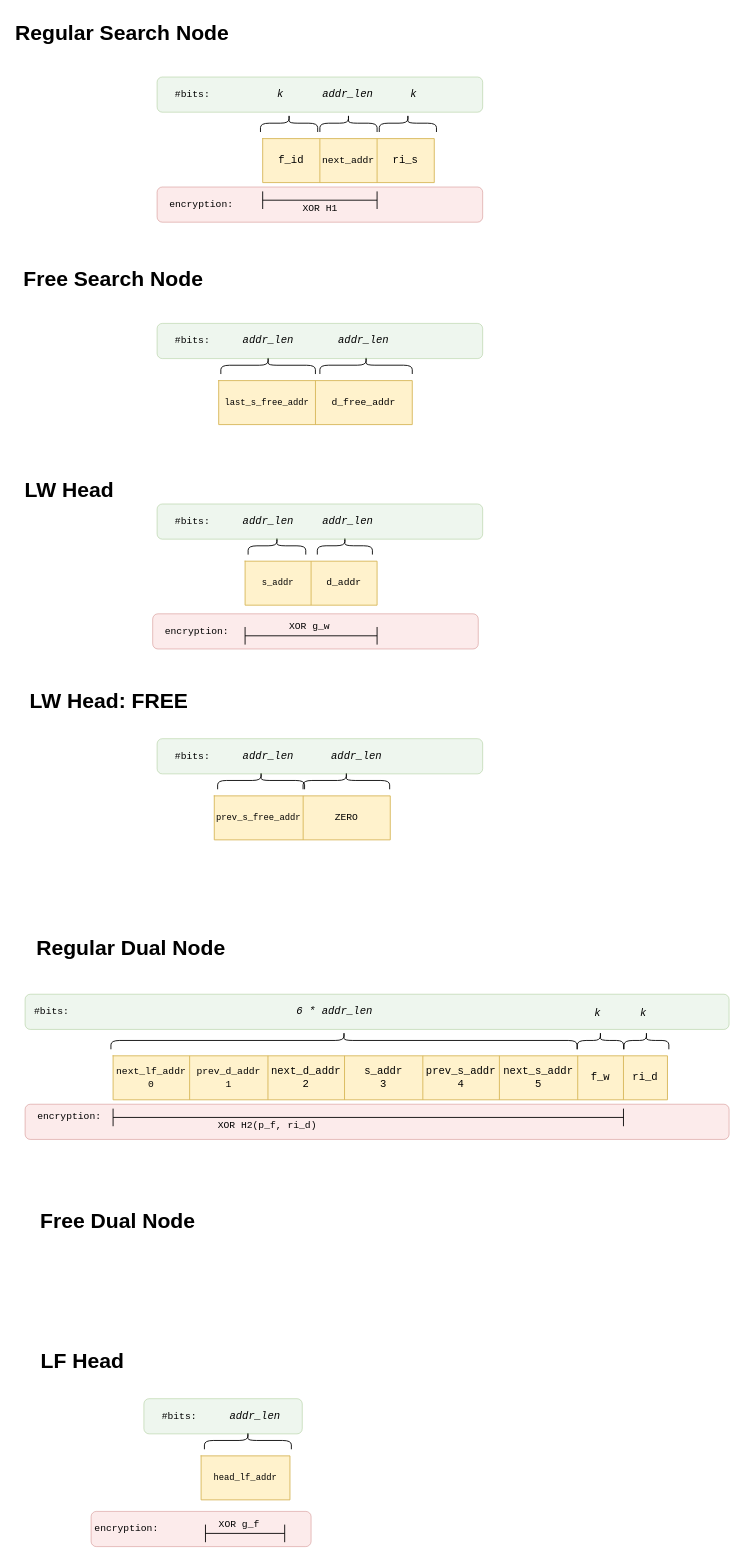
Earlier version of the draw.io diagram page "nodes_entry" (1 of 3) of diagrams/format_figures.drawio (thisisel/dynamic-sse). Source tidied: cells renumbered, new cells numbered last; positions are measured from the earlier drawing's top-left corner, leaving out a move shared by most shapes. Both pictures are drawn from the tidied source at 88%, with x=0, y=0 at pixel (25, 15).
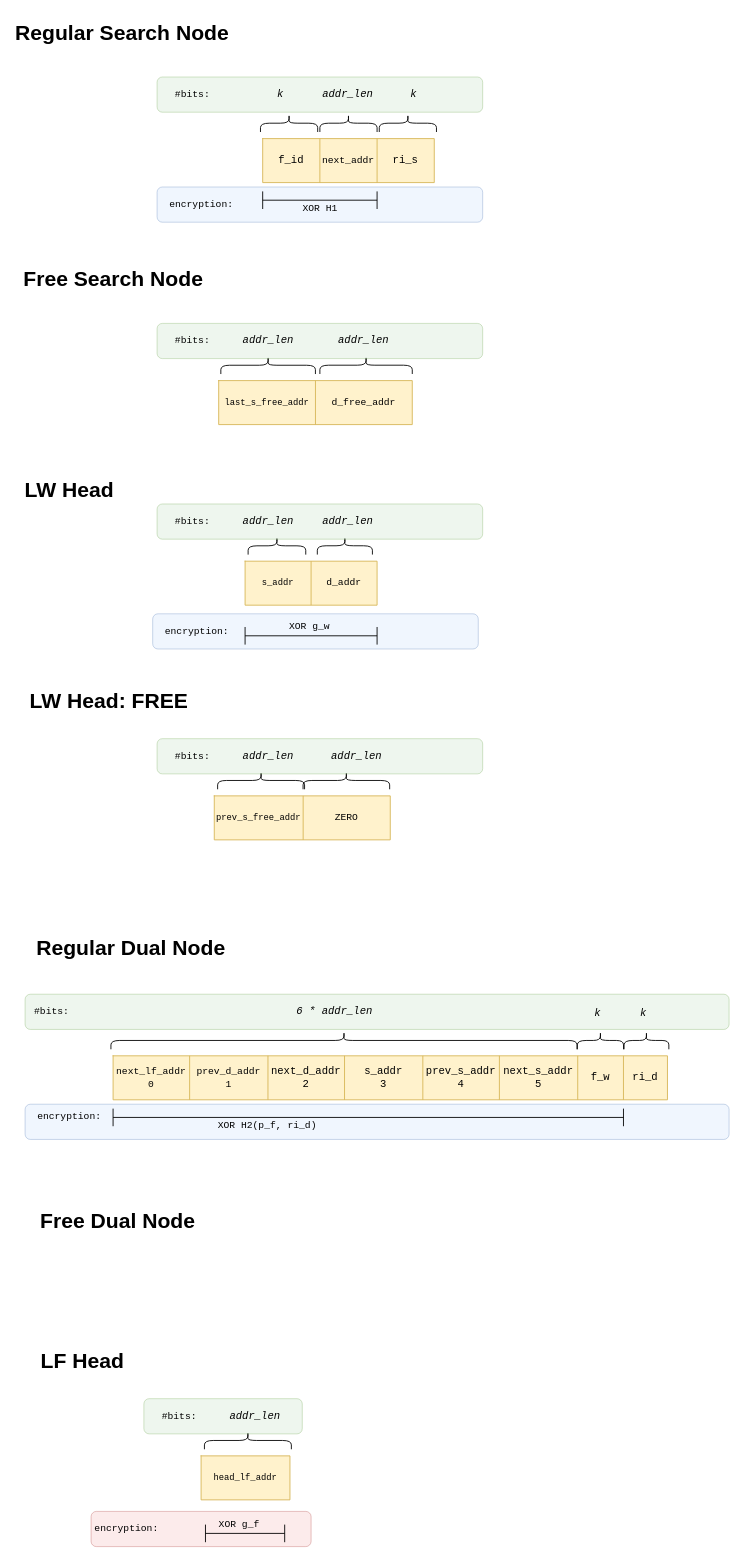
The same page after the edit.

The edit, as a diff of the source:
```diff
@@
-    <mxCell id="3" style="rounded=1;whiteSpace=wrap;html=1;fontFamily=Courier New;fontSize=11;fillColor=#f8cecc;opacity=40;strokeColor=#b85450;" parent="1" vertex="1">
+    <mxCell id="3" style="rounded=1;whiteSpace=wrap;html=1;fontFamily=Courier New;fontSize=11;fillColor=#dae8fc;opacity=40;strokeColor=#6c8ebf;" parent="1" vertex="1">
       <mxGeometry x="150" y="195" width="370" height="40" as="geometry" />
     </mxCell>
@@
-    <mxCell id="43" style="rounded=1;whiteSpace=wrap;html=1;fontFamily=Courier New;fontSize=11;fillColor=#f8cecc;opacity=40;strokeColor=#b85450;" parent="1" vertex="1">
+    <mxCell id="43" style="rounded=1;whiteSpace=wrap;html=1;fontFamily=Courier New;fontSize=11;fillColor=#dae8fc;opacity=40;strokeColor=#6c8ebf;" parent="1" vertex="1">
       <mxGeometry x="145" y="680" width="370" height="40" as="geometry" />
     </mxCell>
@@
-    <mxCell id="71" style="rounded=1;whiteSpace=wrap;html=1;fontFamily=Courier New;fontSize=11;fillColor=#f8cecc;opacity=40;strokeColor=#b85450;" parent="1" vertex="1">
+    <mxCell id="71" style="rounded=1;whiteSpace=wrap;html=1;fontFamily=Courier New;fontSize=11;fillColor=#dae8fc;opacity=40;strokeColor=#6c8ebf;" parent="1" vertex="1">
       <mxGeometry y="1237.3" width="800" height="40" as="geometry" />
     </mxCell>
```
